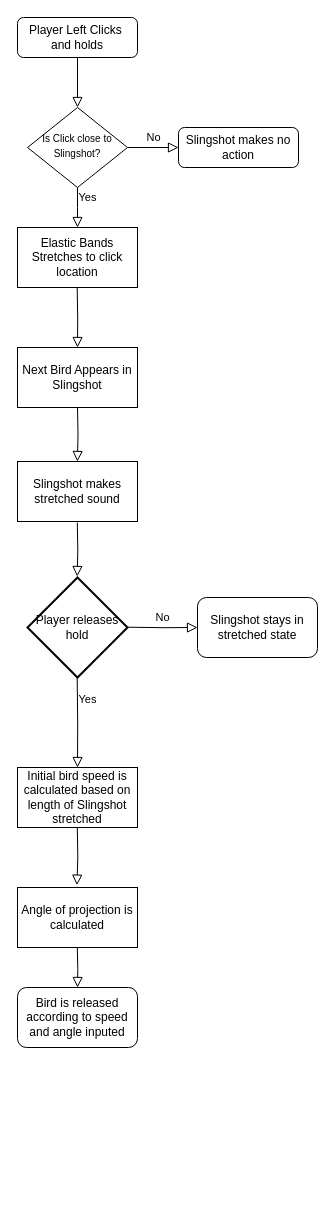
This is DesignDiagrams/Untitled Diagram.drawio from king525dev/AngryBirds-NEA, a draw.io file, before an edit. Source tidied: cells renumbered, new cells numbered last; positions are measured from the earlier drawing's top-left corner, leaving out a move shared by most shapes. Both pictures are drawn from the tidied source at 100%, with x=0, y=0 at pixel (17, 17).
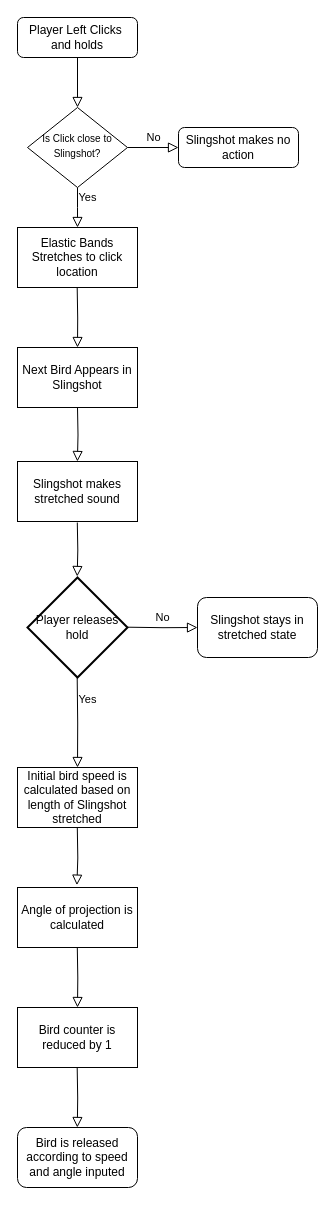
The same page after the edit.

What changed in the source:
```diff
@@
-    <mxCell id="21" style="rounded=0;html=1;jettySize=auto;fontSize=11;endArrow=block;endFill=0;endSize=8;strokeWidth=1;shadow=0;labelBackgroundColor=none;edgeStyle=orthogonalEdgeStyle;entryX=0.5;entryY=0;entryDx=0;entryDy=0;" parent="1" edge="1" target="22">
+    <mxCell id="21" style="rounded=0;html=1;jettySize=auto;orthogonalLoop=1;fontSize=11;endArrow=block;endFill=0;endSize=8;strokeWidth=1;shadow=0;labelBackgroundColor=none;edgeStyle=orthogonalEdgeStyle;" parent="1" edge="1">
       <mxGeometry relative="1" as="geometry">
         <mxPoint x="59.8" y="930" as="sourcePoint" />
+        <mxPoint x="60" y="990" as="targetPoint" />
       </mxGeometry>
     </mxCell>
     <mxCell id="22" value="Bird is released according to speed and angle inputed" style="rounded=1;whiteSpace=wrap;html=1;" parent="1" vertex="1">
-      <mxGeometry y="970" width="120" height="60" as="geometry" />
+      <mxGeometry y="1110" width="120" height="60" as="geometry" />
     </mxCell>
+    <mxCell id="23" value="Bird counter is reduced by 1" style="rounded=0;whiteSpace=wrap;html=1;" parent="1" vertex="1">
+      <mxGeometry y="990" width="120" height="60" as="geometry" />
+    </mxCell>
+    <mxCell id="24" style="rounded=0;html=1;jettySize=auto;orthogonalLoop=1;fontSize=11;endArrow=block;endFill=0;endSize=8;strokeWidth=1;shadow=0;labelBackgroundColor=none;edgeStyle=orthogonalEdgeStyle;" parent="1" edge="1">
+      <mxGeometry relative="1" as="geometry">
+        <mxPoint x="59.7" y="1050" as="sourcePoint" />
+        <mxPoint x="59.8" y="1110" as="targetPoint" />
+      </mxGeometry>
+    </mxCell>
```
